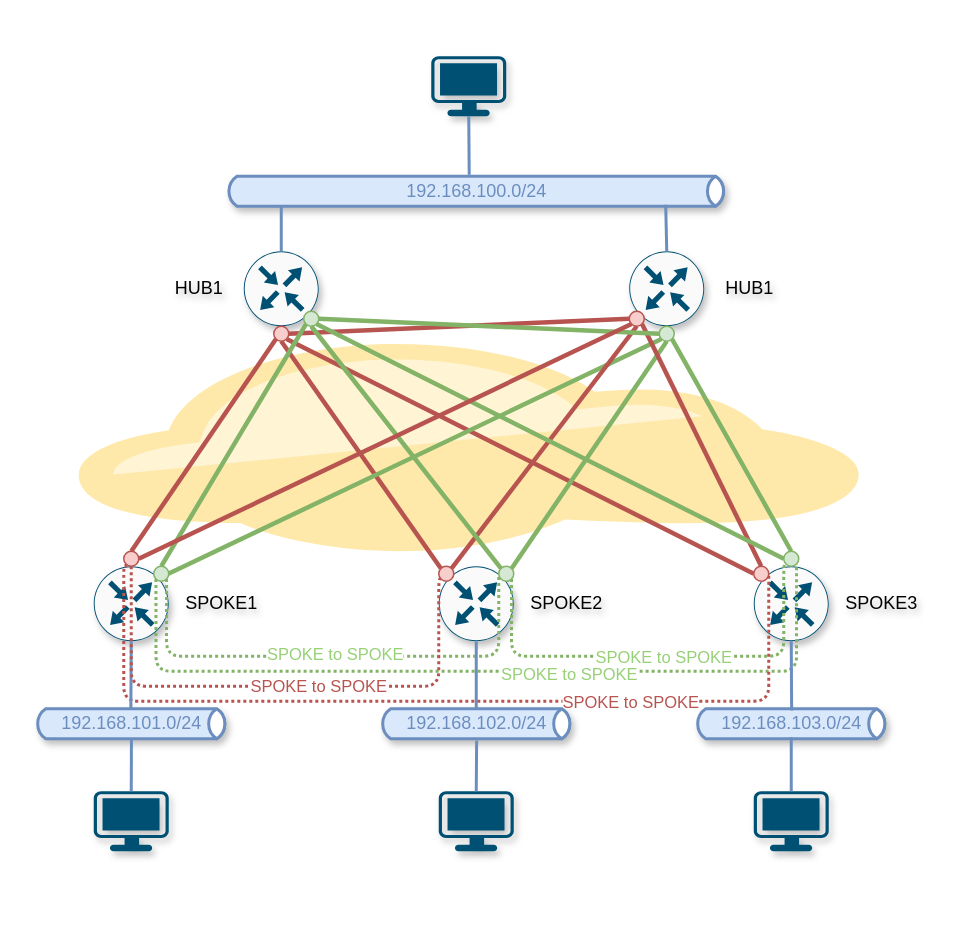
The draw.io diagram page "DMVPN дизайн 1" (4 of 6) of diplom/diplom.drawio in alex209/otus_ne, before the edit. Source tidied: cells renumbered, new cells numbered last; positions are measured from the earlier drawing's top-left corner, leaving out a move shared by most shapes. Both pictures are drawn from the tidied source at 150%, with x=0, y=0 at pixel (33, 56).
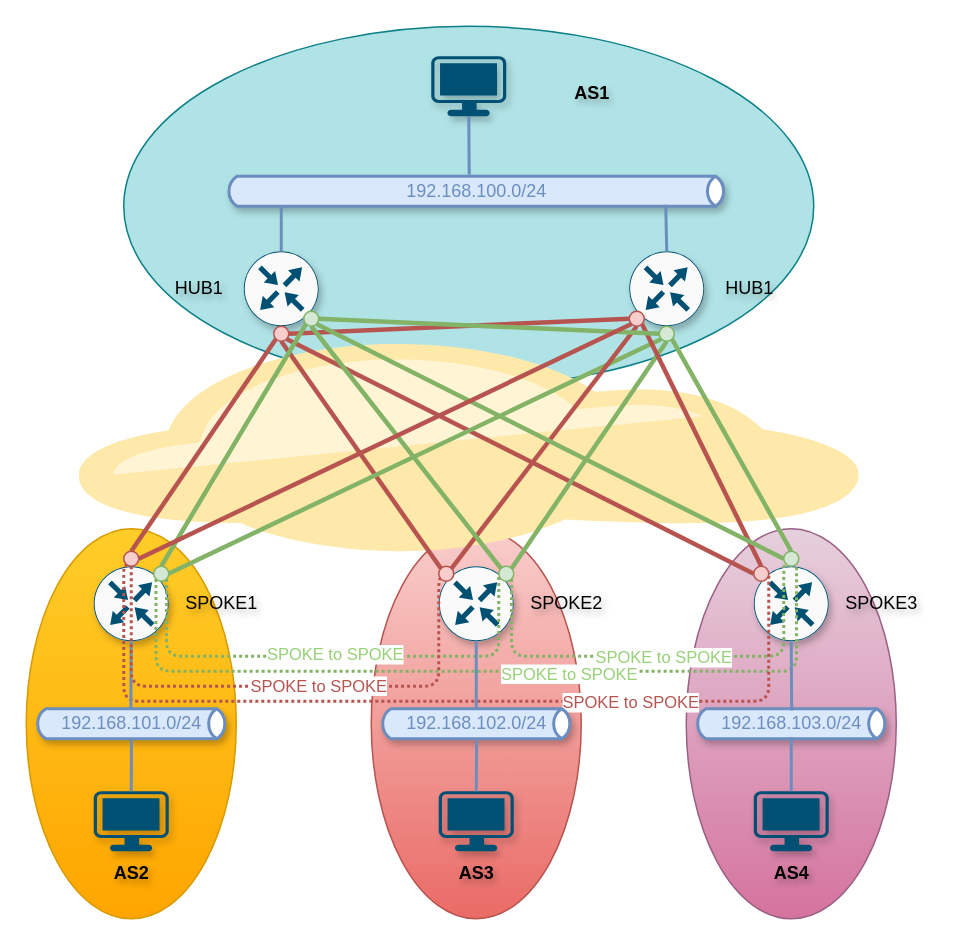
Above is the later version.

The edit, as a diff of the source:
```diff
@@
+    <mxCell id="65" style="ellipse;whiteSpace=wrap;html=1;fillColor=#e6d0de;strokeColor=#996185;gradientColor=#d5739d;" parent="1" vertex="1">
+      <mxGeometry x="435" y="315" width="140" height="260" as="geometry" />
+    </mxCell>
+    <mxCell id="66" style="ellipse;whiteSpace=wrap;html=1;fillColor=#f8cecc;strokeColor=#b85450;gradientColor=#ea6b66;" parent="1" vertex="1">
+      <mxGeometry x="225" y="315" width="140" height="260" as="geometry" />
+    </mxCell>
+    <mxCell id="67" style="ellipse;whiteSpace=wrap;html=1;fillColor=#ffcd28;strokeColor=#d79b00;gradientColor=#ffa500;" parent="1" vertex="1">
+      <mxGeometry x="-5" y="315" width="140" height="260" as="geometry" />
+    </mxCell>
+    <mxCell id="68" style="ellipse;whiteSpace=wrap;html=1;fillColor=#b0e3e6;strokeColor=#0e8088;" parent="1" vertex="1">
+      <mxGeometry x="60" y="-20" width="460" height="240" as="geometry" />
+    </mxCell>
@@
+    <mxCell id="69" value="AS1" style="text;html=1;align=center;verticalAlign=middle;strokeColor=none;fillColor=none;textShadow=1;fontStyle=1;" parent="1" vertex="1">
+      <mxGeometry x="347" y="10" width="50" height="30" as="geometry" />
+    </mxCell>
+    <mxCell id="70" value="AS2" style="text;html=1;align=center;verticalAlign=middle;strokeColor=none;fillColor=none;fontStyle=1;textShadow=1;" parent="1" vertex="1">
+      <mxGeometry x="40" y="530" width="50" height="30" as="geometry" />
+    </mxCell>
+    <mxCell id="71" value="AS3" style="text;html=1;align=center;verticalAlign=middle;strokeColor=none;fillColor=none;fontStyle=1;textShadow=1;" parent="1" vertex="1">
+      <mxGeometry x="270" y="530" width="50" height="30" as="geometry" />
+    </mxCell>
+    <mxCell id="72" value="AS4" style="text;html=1;align=center;verticalAlign=middle;strokeColor=none;fillColor=none;fontStyle=1;textShadow=1;" parent="1" vertex="1">
+      <mxGeometry x="480" y="530" width="50" height="30" as="geometry" />
+    </mxCell>
```
